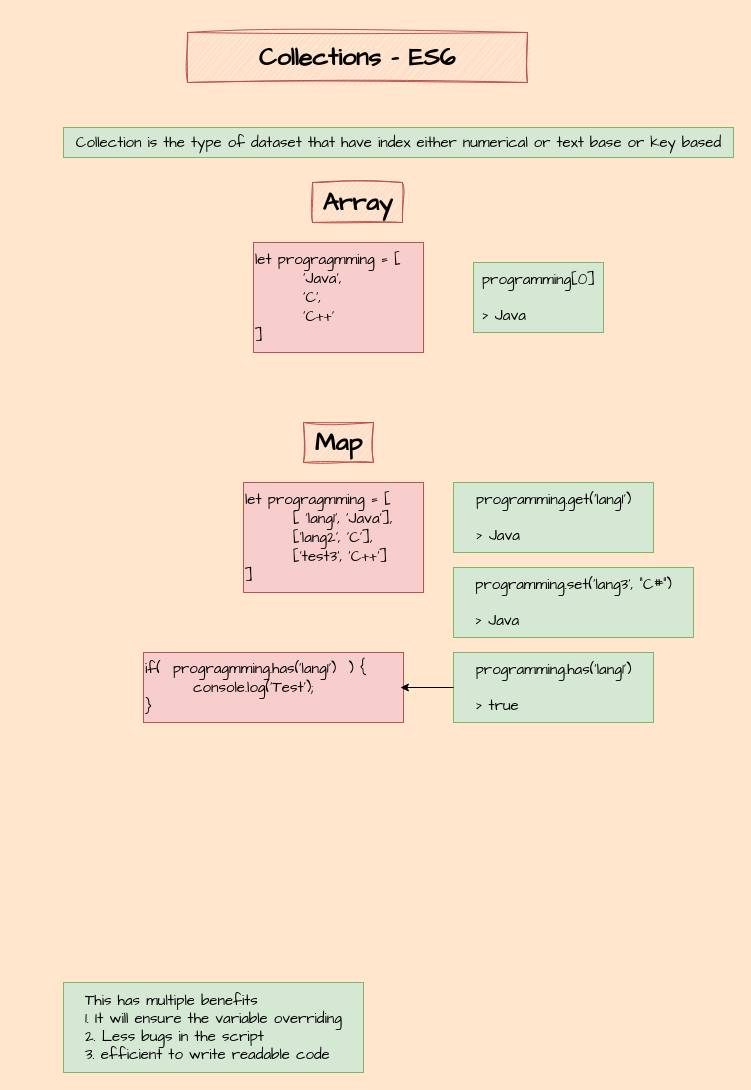
Shiksha-Skills-Institute/web-development-notes keeps this draw.io diagram as page "ES6 - Promise" (11 of 11) of javascript basic to advance.drawio. Above is the earlier version. Source tidied: cells renumbered, new cells numbered last; positions are measured from the earlier drawing's top-left corner, leaving out a move shared by most shapes. Both pictures are drawn from the tidied source at 100%, with x=0, y=0 at pixel (63, 32).
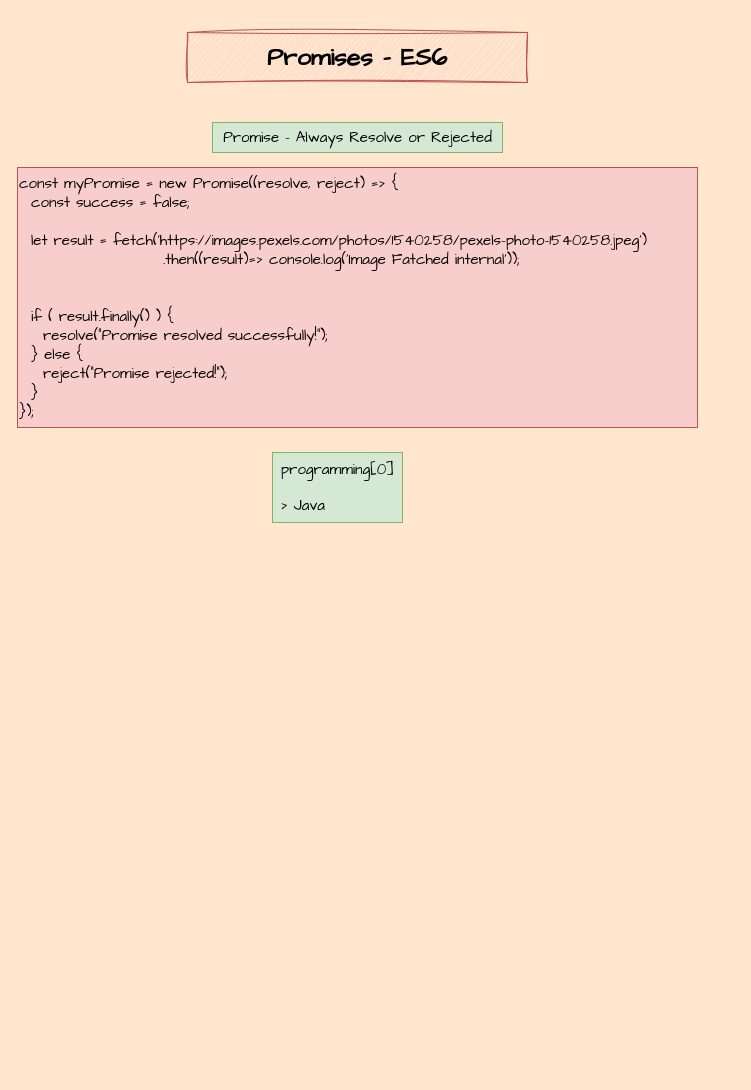
Above is the later version.

Change to the diagram source:
```diff
@@
 <mxGraphModel background="#FFE6CC">
   <root>
     <mxCell id="0" />
     <mxCell id="1" parent="0" />
-    <mxCell id="2" value="&lt;p&gt;Collections - ES6&lt;/p&gt;" style="text;html=1;align=center;verticalAlign=middle;whiteSpace=wrap;rounded=0;fontFamily=Comic Sans MS;fontStyle=1;fontSize=25;sketch=1;curveFitting=1;jiggle=2;fillColor=#f8cecc;strokeColor=#b85450;" parent="1" vertex="1">
+    <mxCell id="2" value="&lt;p&gt;Promises - ES6&lt;/p&gt;" style="text;html=1;align=center;verticalAlign=middle;whiteSpace=wrap;rounded=0;fontFamily=Comic Sans MS;fontStyle=1;fontSize=25;sketch=1;curveFitting=1;jiggle=2;fillColor=#f8cecc;strokeColor=#b85450;" parent="1" vertex="1">
       <mxGeometry x="124" width="340" height="50" as="geometry" />
     </mxCell>
-    <mxCell id="3" value="Map" style="text;html=1;align=center;verticalAlign=middle;fontFamily=Comic Sans MS;fontSize=25;fontStyle=1;sketch=1;curveFitting=1;jiggle=2;fillColor=#f8cecc;strokeColor=#b85450;" parent="1" vertex="1">
-      <mxGeometry x="240" y="390" width="70" height="40" as="geometry" />
-    </mxCell>
-    <mxCell id="4" value="&lt;div style=&quot;text-align: left;&quot;&gt;Collection is the type of dataset that have index either numerical or text base or key based&lt;/div&gt;" style="text;html=1;align=center;verticalAlign=middle;strokeColor=#82b366;fillColor=#d5e8d4;fontFamily=Comic Sans MS;fontSize=15;" parent="1" vertex="1">
-      <mxGeometry y="95" width="670" height="30" as="geometry" />
+    <mxCell id="4" value="&lt;div style=&quot;text-align: left;&quot;&gt;Promise - Always Resolve or Rejected&lt;/div&gt;" style="text;html=1;align=center;verticalAlign=middle;strokeColor=#82b366;fillColor=#d5e8d4;fontFamily=Comic Sans MS;fontSize=15;" parent="1" vertex="1">
+      <mxGeometry x="149" y="90" width="290" height="30" as="geometry" />
     </mxCell>
-    <mxCell id="5" value="&lt;div style=&quot;text-align: left;&quot;&gt;This has multiple benefits&amp;nbsp;&lt;/div&gt;&lt;div style=&quot;text-align: left;&quot;&gt;1. It will ensure the variable overriding&lt;/div&gt;&lt;div style=&quot;text-align: left;&quot;&gt;2. Less bugs in the script&lt;/div&gt;&lt;div style=&quot;text-align: left;&quot;&gt;3. efficient to write readable code&lt;/div&gt;" style="text;html=1;align=center;verticalAlign=middle;strokeColor=#82b366;fillColor=#d5e8d4;fontFamily=Comic Sans MS;fontSize=15;" parent="1" vertex="1">
-      <mxGeometry y="950" width="300" height="90" as="geometry" />
-    </mxCell>
-    <mxCell id="6" value="&lt;div&gt;&lt;font face=&quot;Comic Sans MS&quot;&gt;let progragmming = [&amp;nbsp;&lt;/font&gt;&lt;/div&gt;&lt;div&gt;&lt;font face=&quot;Comic Sans MS&quot;&gt;&lt;span style=&quot;white-space-collapse: preserve;&quot;&gt;&#9;&lt;/span&gt;[ 'lang1', 'Java'],&lt;/font&gt;&lt;/div&gt;&lt;div&gt;&lt;font face=&quot;Comic Sans MS&quot;&gt;&lt;span style=&quot;white-space-collapse: preserve;&quot;&gt;&#9;&lt;/span&gt;['lang2', 'C'],&lt;br&gt;&lt;/font&gt;&lt;/div&gt;&lt;div&gt;&lt;font face=&quot;Comic Sans MS&quot;&gt;&lt;span style=&quot;white-space-collapse: preserve;&quot;&gt;&#9;&lt;/span&gt;['test3', 'C++']&lt;br&gt;&lt;/font&gt;&lt;/div&gt;&lt;div&gt;&lt;font face=&quot;Comic Sans MS&quot;&gt;]&lt;/font&gt;&lt;/div&gt;" style="text;html=1;align=left;verticalAlign=middle;strokeColor=#b85450;fillColor=#f8cecc;fontSize=15;" parent="1" vertex="1">
-      <mxGeometry x="180" y="450" width="180" height="110" as="geometry" />
-    </mxCell>
     <mxCell id="7" value="Array" style="text;html=1;align=center;verticalAlign=middle;fontFamily=Comic Sans MS;fontSize=25;fontStyle=1;sketch=1;curveFitting=1;jiggle=2;fillColor=#f8cecc;strokeColor=#b85450;" parent="1" vertex="1">
       <mxGeometry x="249" y="150" width="90" height="40" as="geometry" />
     </mxCell>
-    <mxCell id="8" value="&lt;div&gt;&lt;font face=&quot;Comic Sans MS&quot;&gt;let progragmming = [&amp;nbsp;&lt;/font&gt;&lt;/div&gt;&lt;div&gt;&lt;font face=&quot;Comic Sans MS&quot;&gt;&lt;span style=&quot;white-space: pre;&quot;&gt;&#9;&lt;/span&gt;'Java',&lt;/font&gt;&lt;/div&gt;&lt;div&gt;&lt;font face=&quot;Comic Sans MS&quot;&gt;&lt;span style=&quot;white-space: pre;&quot;&gt;&#9;&lt;/span&gt;'C',&lt;br&gt;&lt;/font&gt;&lt;/div&gt;&lt;div&gt;&lt;font face=&quot;Comic Sans MS&quot;&gt;&lt;span style=&quot;white-space: pre;&quot;&gt;&#9;&lt;/span&gt;'C++'&lt;br&gt;&lt;/font&gt;&lt;/div&gt;&lt;div&gt;&lt;font face=&quot;Comic Sans MS&quot;&gt;]&lt;/font&gt;&lt;/div&gt;" style="text;html=1;align=left;verticalAlign=middle;strokeColor=#b85450;fillColor=#f8cecc;fontSize=15;" parent="1" vertex="1">
-      <mxGeometry x="190" y="210" width="170" height="110" as="geometry" />
+    <mxCell id="8" value="&lt;div&gt;&lt;font face=&quot;Comic Sans MS&quot;&gt;const myPromise = new Promise((resolve, reject) =&amp;gt; {&lt;/font&gt;&lt;/div&gt;&lt;div&gt;&lt;font face=&quot;Comic Sans MS&quot;&gt;&amp;nbsp; const success = false;&lt;/font&gt;&lt;/div&gt;&lt;div&gt;&lt;font face=&quot;Comic Sans MS&quot;&gt;&lt;br&gt;&lt;/font&gt;&lt;/div&gt;&lt;div&gt;&lt;font face=&quot;Comic Sans MS&quot;&gt;&amp;nbsp; let result = fetch('https://images.pexels.com/photos/1540258/pexels-photo-1540258.jpeg')&lt;/font&gt;&lt;/div&gt;&lt;div&gt;&lt;font face=&quot;Comic Sans MS&quot;&gt;&lt;span style=&quot;white-space: pre;&quot;&gt;&#9;&lt;/span&gt;&lt;span style=&quot;white-space: pre;&quot;&gt;&#9;&lt;/span&gt;&lt;span style=&quot;white-space: pre;&quot;&gt;&#9;&lt;/span&gt;.then((result)=&amp;gt; console.log('Image Fatched internal'));&lt;/font&gt;&lt;/div&gt;&lt;div&gt;&lt;font face=&quot;Comic Sans MS&quot;&gt;&amp;nbsp;&amp;nbsp;&lt;/font&gt;&lt;/div&gt;&lt;div&gt;&lt;font face=&quot;Comic Sans MS&quot;&gt;&lt;br&gt;&lt;/font&gt;&lt;/div&gt;&lt;div&gt;&lt;font face=&quot;Comic Sans MS&quot;&gt;&amp;nbsp; if ( result.finally() ) {&lt;/font&gt;&lt;/div&gt;&lt;div&gt;&lt;font face=&quot;Comic Sans MS&quot;&gt;&amp;nbsp; &amp;nbsp; resolve(&quot;Promise resolved successfully!&quot;);&lt;/font&gt;&lt;/div&gt;&lt;div&gt;&lt;font face=&quot;Comic Sans MS&quot;&gt;&amp;nbsp; } else {&lt;/font&gt;&lt;/div&gt;&lt;div&gt;&lt;font face=&quot;Comic Sans MS&quot;&gt;&amp;nbsp; &amp;nbsp; reject(&quot;Promise rejected!&quot;);&lt;/font&gt;&lt;/div&gt;&lt;div&gt;&lt;font face=&quot;Comic Sans MS&quot;&gt;&amp;nbsp; }&lt;/font&gt;&lt;/div&gt;&lt;div&gt;&lt;font face=&quot;Comic Sans MS&quot;&gt;});&lt;/font&gt;&lt;/div&gt;" style="text;html=1;align=left;verticalAlign=middle;strokeColor=#b85450;fillColor=#f8cecc;fontSize=15;" parent="1" vertex="1">
+      <mxGeometry x="-46" y="135" width="680" height="260" as="geometry" />
     </mxCell>
     <mxCell id="9" value="&lt;div style=&quot;text-align: left;&quot;&gt;programming[0]&lt;/div&gt;&lt;div style=&quot;text-align: left;&quot;&gt;&lt;br&gt;&lt;/div&gt;&lt;div style=&quot;text-align: left;&quot;&gt;&amp;gt; Java&lt;/div&gt;" style="text;html=1;align=center;verticalAlign=middle;strokeColor=#82b366;fillColor=#d5e8d4;fontFamily=Comic Sans MS;fontSize=15;" parent="1" vertex="1">
-      <mxGeometry x="410" y="230" width="130" height="70" as="geometry" />
+      <mxGeometry x="209" y="420" width="130" height="70" as="geometry" />
     </mxCell>
-    <mxCell id="10" value="&lt;div style=&quot;text-align: left;&quot;&gt;programming.get('lang1')&lt;/div&gt;&lt;div style=&quot;text-align: left;&quot;&gt;&lt;br&gt;&lt;/div&gt;&lt;div style=&quot;text-align: left;&quot;&gt;&amp;gt; Java&lt;/div&gt;" style="text;html=1;align=center;verticalAlign=middle;strokeColor=#82b366;fillColor=#d5e8d4;fontFamily=Comic Sans MS;fontSize=15;" parent="1" vertex="1">
-      <mxGeometry x="390" y="450" width="200" height="70" as="geometry" />
-    </mxCell>
-    <mxCell id="11" value="&lt;div style=&quot;text-align: left;&quot;&gt;programming.set('lang3', &quot;C#&quot;)&lt;/div&gt;&lt;div style=&quot;text-align: left;&quot;&gt;&lt;br&gt;&lt;/div&gt;&lt;div style=&quot;text-align: left;&quot;&gt;&amp;gt; Java&lt;/div&gt;" style="text;html=1;align=center;verticalAlign=middle;strokeColor=#82b366;fillColor=#d5e8d4;fontFamily=Comic Sans MS;fontSize=15;" parent="1" vertex="1">
-      <mxGeometry x="390" y="535" width="240" height="70" as="geometry" />
-    </mxCell>
-    <mxCell id="12" value="&lt;div style=&quot;text-align: left;&quot;&gt;programming.has('lang1')&lt;/div&gt;&lt;div style=&quot;text-align: left;&quot;&gt;&lt;br&gt;&lt;/div&gt;&lt;div style=&quot;text-align: left;&quot;&gt;&amp;gt; true&lt;/div&gt;" style="text;html=1;align=center;verticalAlign=middle;points=[];strokeColor=#82b366;fillColor=#d5e8d4;fontFamily=Comic Sans MS;fontSize=15;" parent="1" vertex="1">
-      <mxGeometry x="390" y="620" width="200" height="70" as="geometry" />
-    </mxCell>
-    <mxCell id="13" value="&lt;div&gt;&lt;font face=&quot;Comic Sans MS&quot;&gt;if(&amp;nbsp;&amp;nbsp;&lt;/font&gt;&lt;span style=&quot;font-family: &amp;quot;Comic Sans MS&amp;quot;; background-color: transparent; color: light-dark(rgb(0, 0, 0), rgb(255, 255, 255));&quot;&gt;progragmming.has('lang1')&lt;/span&gt;&lt;span style=&quot;font-family: &amp;quot;Comic Sans MS&amp;quot;; background-color: transparent; color: light-dark(rgb(0, 0, 0), rgb(255, 255, 255));&quot;&gt;&amp;nbsp; ) {&lt;/span&gt;&lt;/div&gt;&lt;div&gt;&lt;span style=&quot;font-family: &amp;quot;Comic Sans MS&amp;quot;; background-color: transparent; color: light-dark(rgb(0, 0, 0), rgb(255, 255, 255));&quot;&gt;&lt;span style=&quot;white-space: pre;&quot;&gt;&#9;&lt;/span&gt;console.log('Test');&lt;br&gt;&lt;/span&gt;&lt;/div&gt;&lt;div&gt;&lt;span style=&quot;font-family: &amp;quot;Comic Sans MS&amp;quot;; background-color: transparent; color: light-dark(rgb(0, 0, 0), rgb(255, 255, 255));&quot;&gt;}&lt;/span&gt;&lt;/div&gt;" style="text;html=1;align=left;verticalAlign=middle;points=[];strokeColor=#b85450;fillColor=#f8cecc;fontSize=15;" parent="1" vertex="1">
-      <mxGeometry x="80" y="620" width="260" height="70" as="geometry" />
-    </mxCell>
-    <mxCell id="14" style="edgeStyle=orthogonalEdgeStyle;rounded=0;jettySize=auto;html=1;entryX=0.988;entryY=0.5;entryDx=0;entryDy=0;entryPerimeter=0;" parent="1" edge="1" source="12" target="13">
-      <mxGeometry relative="1" as="geometry" />
-    </mxCell>
   </root>
 </mxGraphModel>
```
